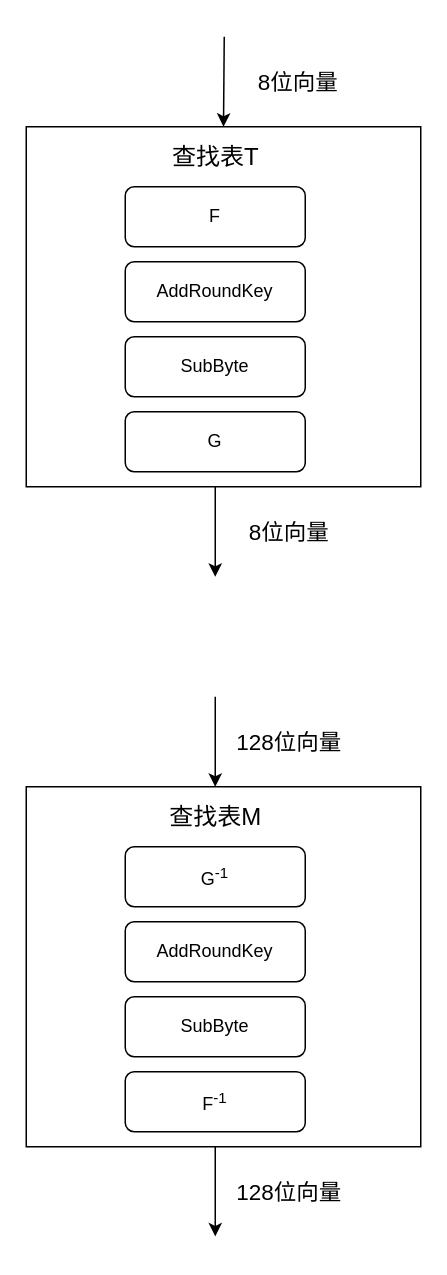
This is T-box_and_M-box.drawio from Sixaps/Hello-World, a draw.io file, before an edit. Source tidied: cells renumbered, new cells numbered last; positions are measured from the earlier drawing's top-left corner, leaving out a move shared by most shapes. Both pictures are drawn from the tidied source at 150%, with x=0, y=0 at pixel (26, 36).
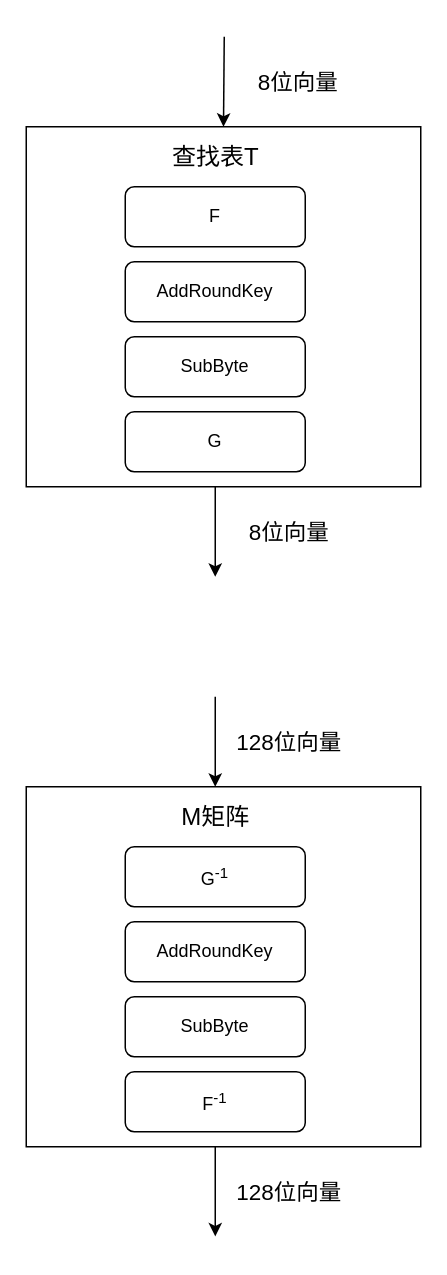
Above is the later version.

Diff of the diagram source:
```diff
@@
-    <mxCell id="11" value="&lt;font style=&quot;font-size: 16px&quot;&gt;查找表M&lt;/font&gt;" style="text;html=1;strokeColor=none;fillColor=none;align=center;verticalAlign=middle;whiteSpace=wrap;rounded=0;" parent="1" vertex="1">
+    <mxCell id="11" value="&lt;font style=&quot;font-size: 16px&quot;&gt;M矩阵&lt;/font&gt;" style="text;html=1;strokeColor=none;fillColor=none;align=center;verticalAlign=middle;whiteSpace=wrap;rounded=0;" parent="1" vertex="1">
       <mxGeometry x="92.5" y="510" width="67" height="20" as="geometry" />
     </mxCell>
```
